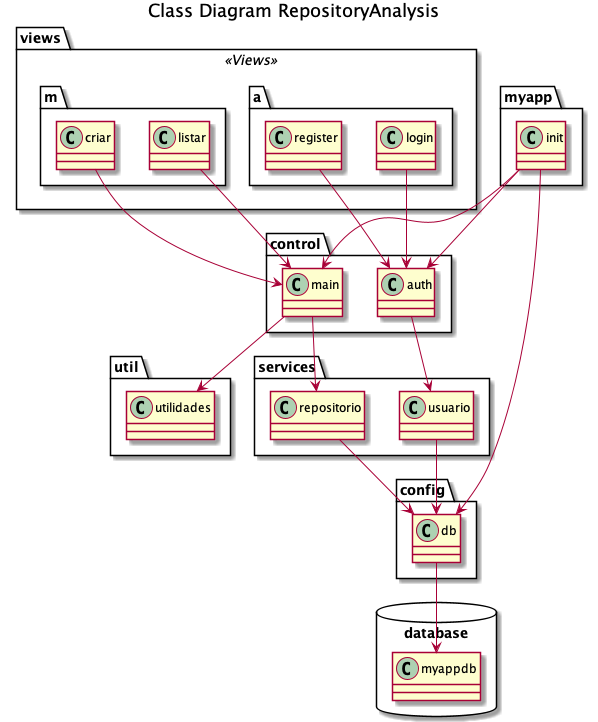
The PlantUML diagram out/docs/architecture_overview/Class Diagram RepositoryAnalysis.png in myplayareas/ppc, before a commit.
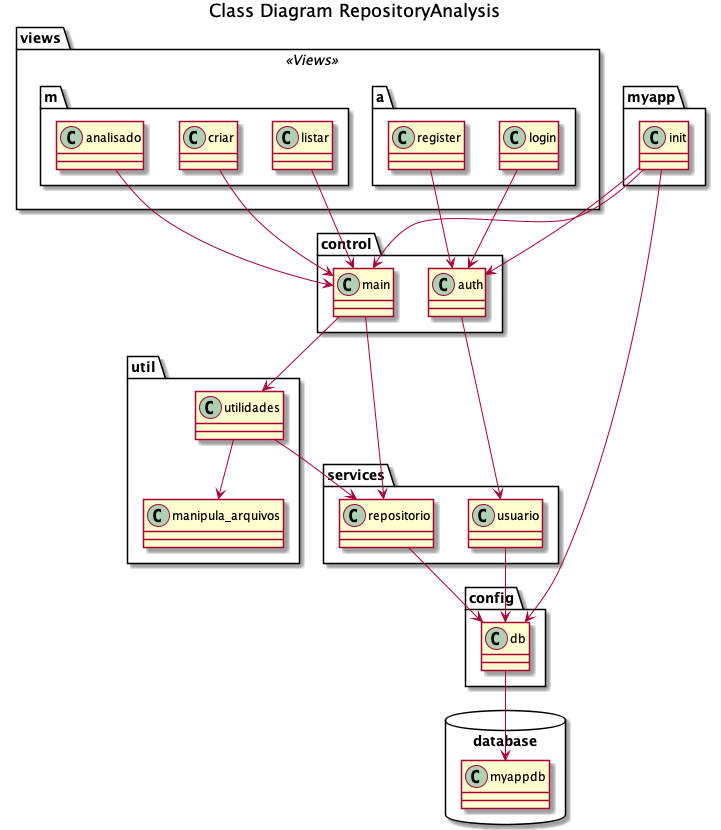
The same diagram one commit later.

The edit, as a diff of the source:
```diff
@@ -13,6 +13,7 @@
 
 package util <<Folder>> {
   class utilidades
+  class manipula_arquivos
 }
 
 package services <<Folder>> {
@@ -32,6 +33,7 @@
   package m <<Folder>> {
     class listar
     class criar
+    class analisado
   }
 
   package a <<Folder>> {
@@ -48,10 +50,13 @@
 main --> repositorio
 repositorio --> db
 main --> utilidades
+utilidades --> manipula_arquivos
+utilidades --> repositorio
 auth --> usuario
 usuario --> db
 listar --> main
 criar --> main
+analisado --> main
 login --> auth
 register --> auth
 
```
